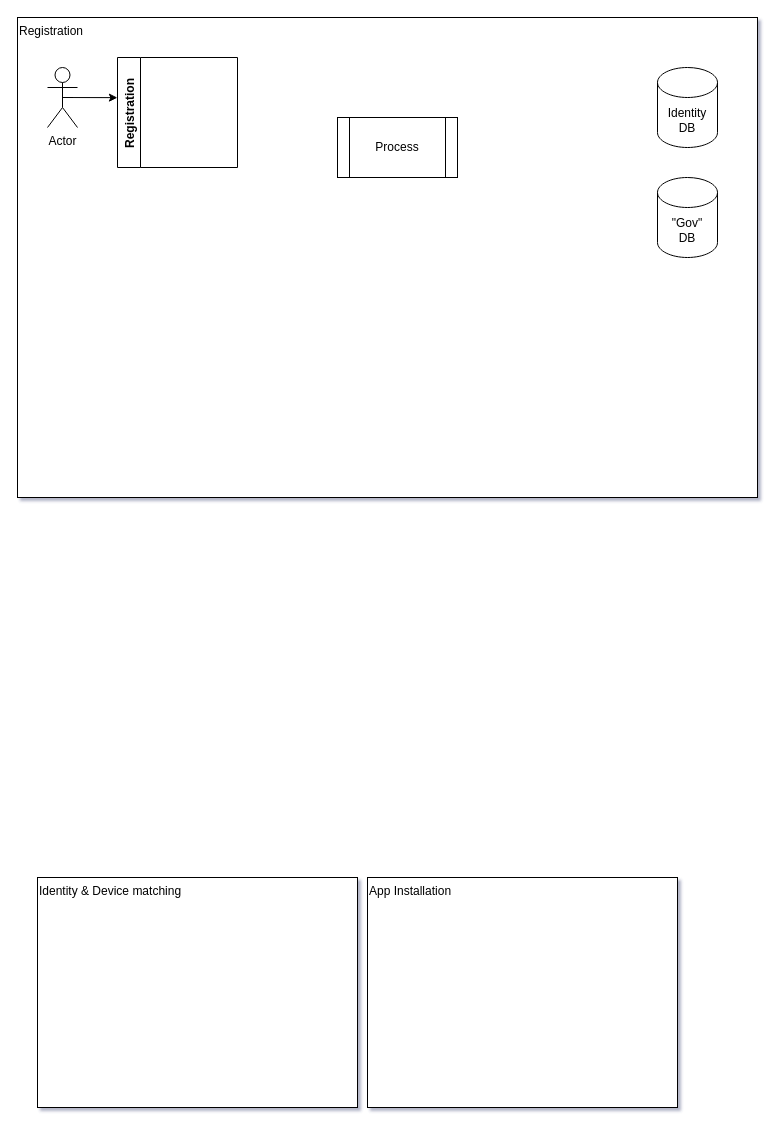
Before: page "Detailed_Architecture" (2 of 3) of WiP/HeyBlue.drawio in MinniMieze/HeyBlue, a draw.io diagram. Source tidied: cells renumbered, new cells numbered last; positions are measured from the earlier drawing's top-left corner, leaving out a move shared by most shapes. Both pictures are drawn from the tidied source at 100%, with x=0, y=0 at pixel (17, 17).
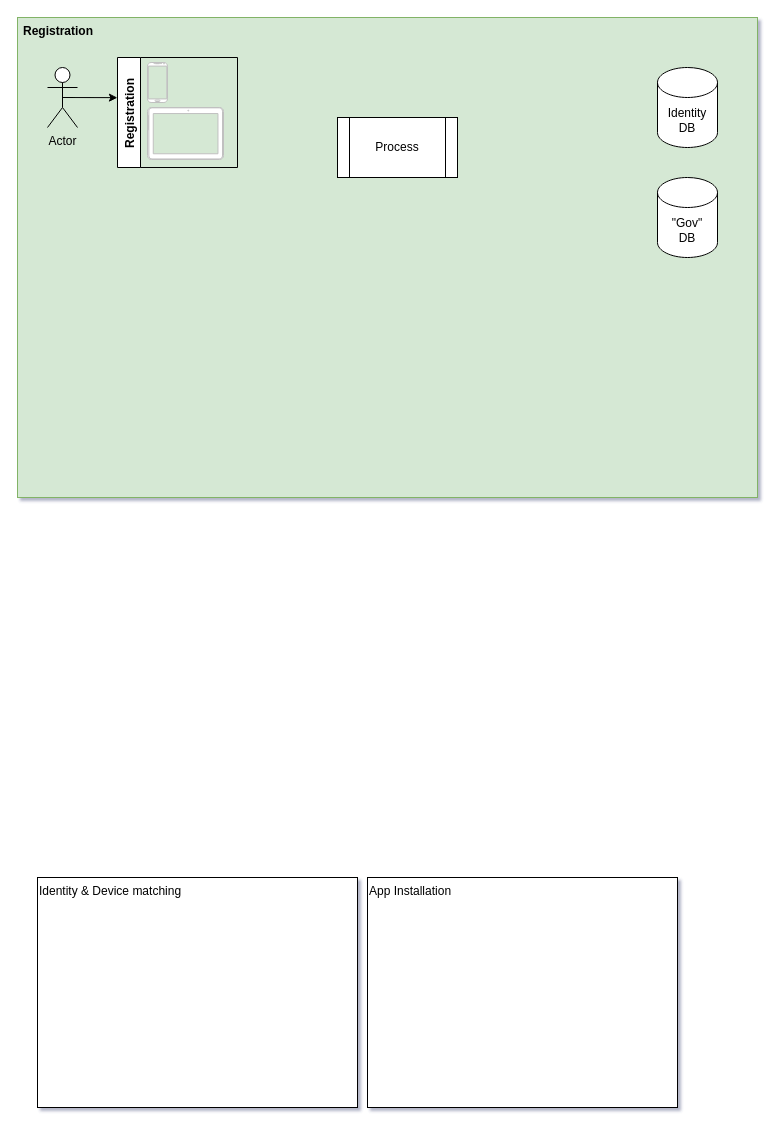
The same page after the edit.

Diff of the diagram source:
```diff
@@
 <mxGraphModel shadow="1">
   <root>
     <mxCell id="0" />
     <mxCell id="1" parent="0" />
-    <mxCell id="2" value="Registration" style="rounded=0;whiteSpace=wrap;html=1;align=left;labelPosition=center;verticalLabelPosition=middle;verticalAlign=top;" parent="1" vertex="1">
+    <mxCell id="2" value="&lt;b&gt;Registration&lt;/b&gt;" style="rounded=0;whiteSpace=wrap;html=1;align=left;labelPosition=center;verticalLabelPosition=middle;verticalAlign=top;fillColor=#d5e8d4;strokeColor=#82b366;spacingLeft=4;" parent="1" vertex="1">
       <mxGeometry width="740" height="480" as="geometry" />
     </mxCell>
     <mxCell id="3" value="App Installation" style="rounded=0;whiteSpace=wrap;html=1;align=left;labelPosition=center;verticalLabelPosition=middle;verticalAlign=top;" parent="1" vertex="1">
       <mxGeometry x="350" y="860" width="310" height="230" as="geometry" />
     </mxCell>
     <mxCell id="4" value="Identity &amp;amp; Device matching" style="rounded=0;whiteSpace=wrap;html=1;align=left;labelPosition=center;verticalLabelPosition=middle;verticalAlign=top;" parent="1" vertex="1">
       <mxGeometry x="20" y="860" width="320" height="230" as="geometry" />
     </mxCell>
     <mxCell id="5" style="edgeStyle=none;html=1;exitX=0.5;exitY=0.5;exitDx=0;exitDy=0;exitPerimeter=0;entryX=0.135;entryY=0.167;entryDx=0;entryDy=0;entryPerimeter=0;" parent="1" edge="1" source="6" target="2">
       <mxGeometry relative="1" as="geometry" />
     </mxCell>
     <mxCell id="6" value="Actor" style="shape=umlActor;verticalLabelPosition=bottom;verticalAlign=top;html=1;outlineConnect=0;" parent="1" vertex="1">
       <mxGeometry x="30" y="50" width="30" height="60" as="geometry" />
     </mxCell>
     <mxCell id="7" value="Registration" style="swimlane;horizontal=0;" parent="1" vertex="1">
       <mxGeometry x="100" y="40" width="120" height="110" as="geometry" />
     </mxCell>
+    <mxCell id="11" style="verticalLabelPosition=bottom;verticalAlign=top;html=1;shadow=0;dashed=0;strokeWidth=1;shape=mxgraph.android.phone2;strokeColor=#c0c0c0;" parent="7" vertex="1">
+      <mxGeometry x="30" y="5" width="20" height="40" as="geometry" />
+    </mxCell>
+    <mxCell id="12" style="verticalLabelPosition=bottom;verticalAlign=top;html=1;shadow=0;dashed=0;strokeWidth=1;shape=mxgraph.android.tab2;strokeColor=#c0c0c0;direction=north;" parent="7" vertex="1">
+      <mxGeometry x="30" y="50" width="76" height="52" as="geometry" />
+    </mxCell>
     <mxCell id="8" value="&quot;Gov&quot;&lt;br&gt;DB" style="shape=cylinder3;whiteSpace=wrap;html=1;boundedLbl=1;backgroundOutline=1;size=15;" parent="1" vertex="1">
       <mxGeometry x="640" y="160" width="60" height="80" as="geometry" />
     </mxCell>
     <mxCell id="9" value="Identity DB" style="shape=cylinder3;whiteSpace=wrap;html=1;boundedLbl=1;backgroundOutline=1;size=15;" parent="1" vertex="1">
       <mxGeometry x="640" y="50" width="60" height="80" as="geometry" />
     </mxCell>
     <mxCell id="10" value="Process" style="shape=process;whiteSpace=wrap;html=1;backgroundOutline=1;" parent="1" vertex="1">
       <mxGeometry x="320" y="100" width="120" height="60" as="geometry" />
     </mxCell>
   </root>
 </mxGraphModel>
```
